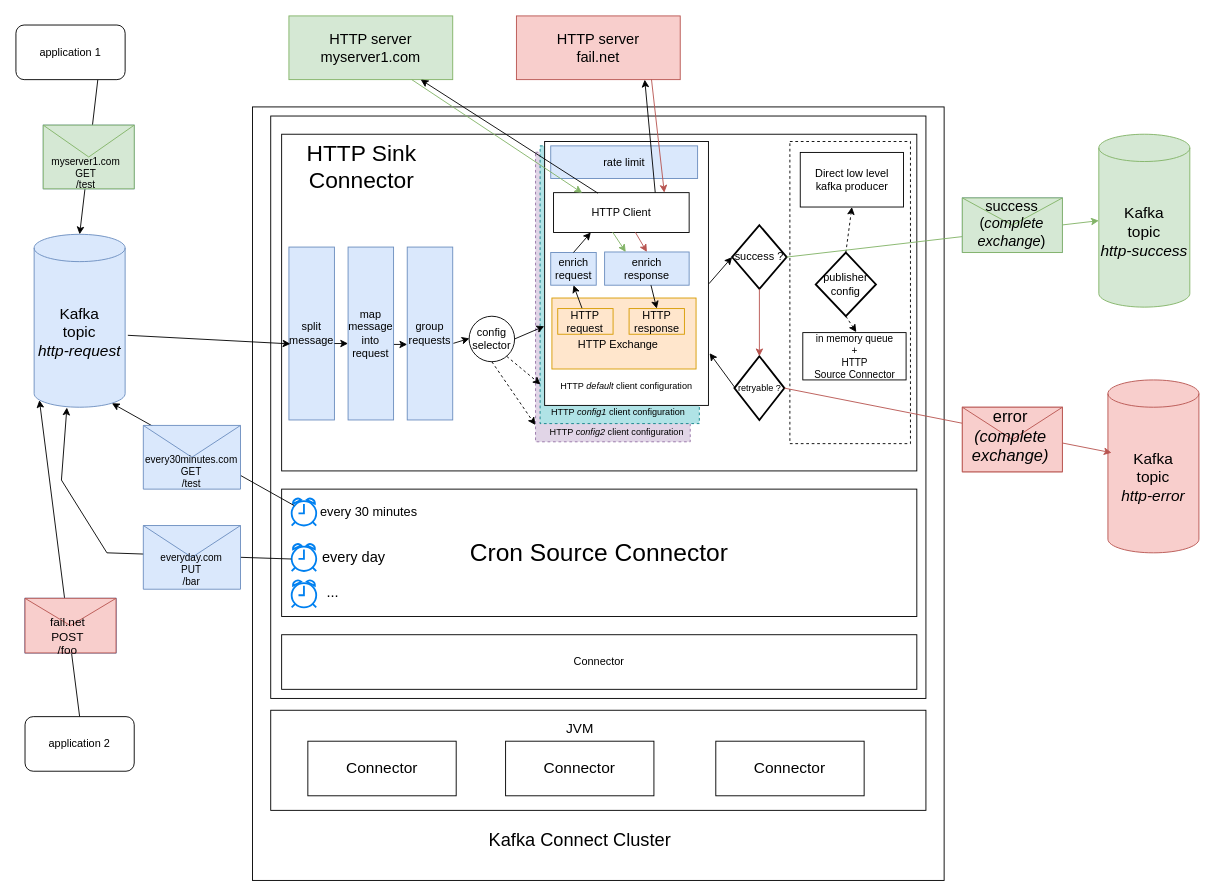
Above: docs/images/architecture_options_2.drawio in clescot/kafka-connect-http (draw.io), before the change. Source tidied: cells renumbered, new cells numbered last; positions are measured from the earlier drawing's top-left corner, leaving out a move shared by most shapes. Both pictures are drawn from the tidied source at 91%, with x=0, y=0 at pixel (15, 15).
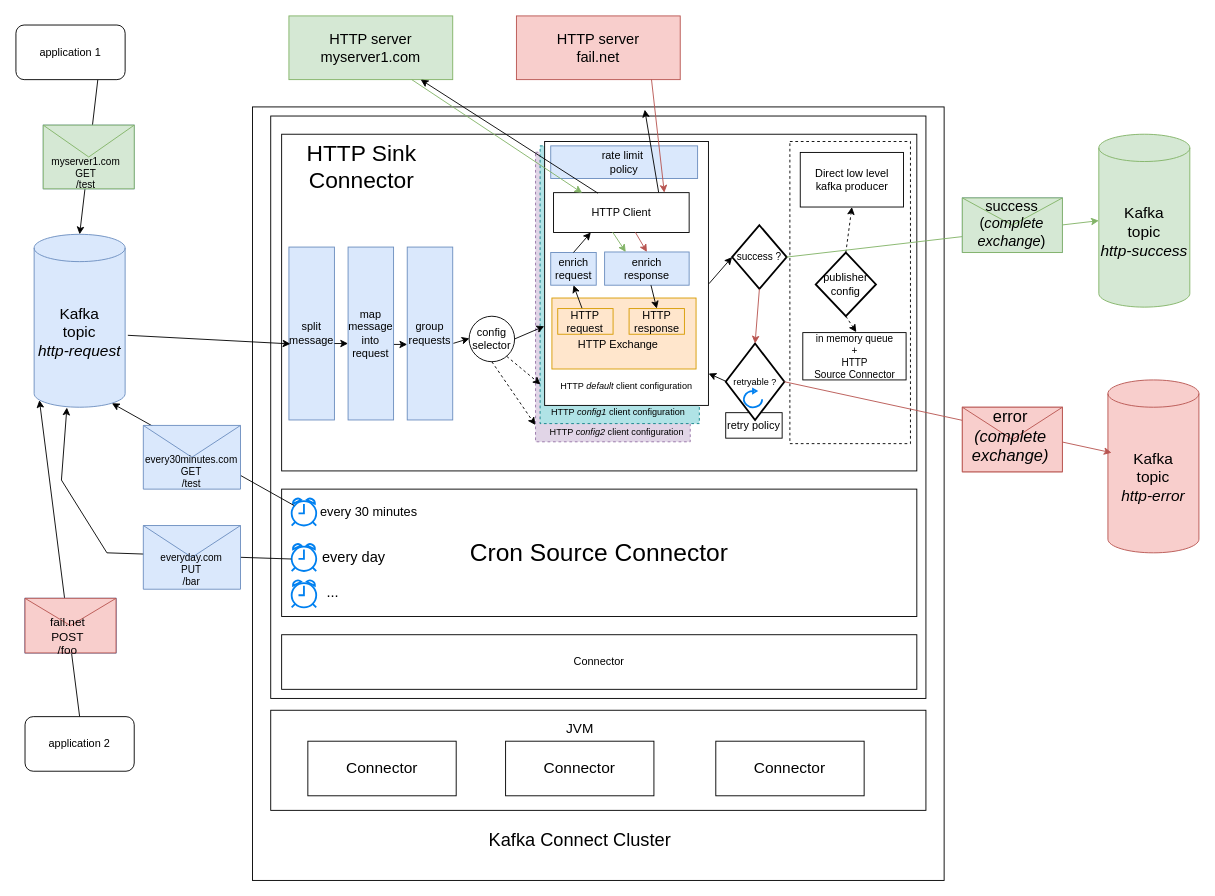
After the change.

Unchanged cells that the change refers to:
```xml
<mxCell id="26" style="group;" parent="25" vertex="1">
  <mxGeometry x="38" width="190" height="330" as="geometry" />
</mxCell>
<mxCell id="29" style="rounded=0;whiteSpace=wrap;html=1;" parent="26" vertex="1">
  <mxGeometry x="10" width="180" height="290" as="geometry" />
</mxCell>
<mxCell id="32" value="HTTP Client" style="rounded=0;whiteSpace=wrap;html=1;" parent="26" vertex="1">
  <mxGeometry x="19.8" y="56.2" width="149" height="43.8" as="geometry" />
</mxCell>
```

The edit, as a diff of the source:
```diff
@@
-    <mxCell id="15" value="success ?" style="strokeWidth=2;html=1;shape=mxgraph.flowchart.decision;whiteSpace=wrap;" parent="1" vertex="1">
+    <mxCell id="15" value="&lt;font style=&quot;font-size: 11px;&quot;&gt;success ?&lt;/font&gt;" style="strokeWidth=2;html=1;shape=mxgraph.flowchart.decision;whiteSpace=wrap;" parent="1" vertex="1">
       <mxGeometry x="787" y="230" width="60" height="70" as="geometry" />
     </mxCell>
@@
-    <mxCell id="31" value="rate limit" style="rounded=0;whiteSpace=wrap;html=1;fillColor=#dae8fc;strokeColor=#6c8ebf;" parent="26" vertex="1">
+    <mxCell id="31" value="rate limit&amp;nbsp;&lt;div&gt;policy&lt;/div&gt;" style="rounded=0;whiteSpace=wrap;html=1;fillColor=#dae8fc;strokeColor=#6c8ebf;" parent="26" vertex="1">
       <mxGeometry x="16.7" y="4.8" width="161.4" height="35.9" as="geometry" />
     </mxCell>
@@
+    <mxCell id="102" value="retry policy" style="rounded=0;whiteSpace=wrap;html=1;" parent="1" vertex="1">
+      <mxGeometry x="780" y="436" width="62" height="28" as="geometry" />
+    </mxCell>
-    <mxCell id="55" style="endArrow=classic;html=1;rounded=0;fillColor=#d5e8d4;strokeColor=#000000;exitX=0.75;exitY=0;exitDx=0;exitDy=0;entryX=0.5;entryY=1;entryDx=0;entryDy=0;" parent="1" edge="1" source="32">
+    <mxCell id="55" style="endArrow=classic;html=1;rounded=0;fillColor=#d5e8d4;strokeColor=#000000;exitX=0.775;exitY=-0.009;exitDx=0;exitDy=0;entryX=0.5;entryY=1;entryDx=0;entryDy=0;exitPerimeter=0;" parent="1" edge="1" source="32">
       <mxGeometry relative="1" as="geometry">
-        <mxPoint x="691" y="70" as="targetPoint" />
+        <mxPoint x="691" y="103" as="targetPoint" />
       </mxGeometry>
     </mxCell>
@@
     <mxCell id="57" value="&lt;font style=&quot;font-size: 10px;&quot;&gt;retryable ?&lt;/font&gt;" style="strokeWidth=2;html=1;shape=mxgraph.flowchart.decision;whiteSpace=wrap;" parent="1" vertex="1">
-      <mxGeometry x="789.5" y="374" width="55" height="70" as="geometry" />
+      <mxGeometry x="780" y="360" width="64.5" height="84" as="geometry" />
     </mxCell>
@@
     <mxCell id="61" style="group;" parent="1" vertex="1">
-      <mxGeometry x="860" y="138" width="123" height="332" as="geometry" />
+      <mxGeometry x="860" y="138" width="123" height="352" as="geometry" />
     </mxCell>
@@
-    <mxCell id="70" style="endArrow=classic;html=1;rounded=0;fillColor=#d5e8d4;strokeColor=#000000;exitX=0.017;exitY=0.499;exitDx=0;exitDy=0;exitPerimeter=0;entryX=1.007;entryY=0.802;entryDx=0;entryDy=0;entryPerimeter=0;" parent="1" edge="1" source="57" target="29">
+    <mxCell id="70" style="endArrow=classic;html=1;rounded=0;fillColor=#d5e8d4;strokeColor=#000000;exitX=0.017;exitY=0.499;exitDx=0;exitDy=0;exitPerimeter=0;entryX=1.001;entryY=0.879;entryDx=0;entryDy=0;entryPerimeter=0;" parent="1" edge="1" source="57" target="29">
       <mxGeometry relative="1" as="geometry" />
     </mxCell>
@@
+    <mxCell id="103" style="html=1;verticalLabelPosition=bottom;align=center;labelBackgroundColor=#ffffff;verticalAlign=top;strokeWidth=2;strokeColor=#0080F0;shadow=0;dashed=0;shape=mxgraph.ios7.icons.reload;" parent="1" vertex="1">
+      <mxGeometry x="800" y="410" width="20" height="20" as="geometry" />
+    </mxCell>
```
